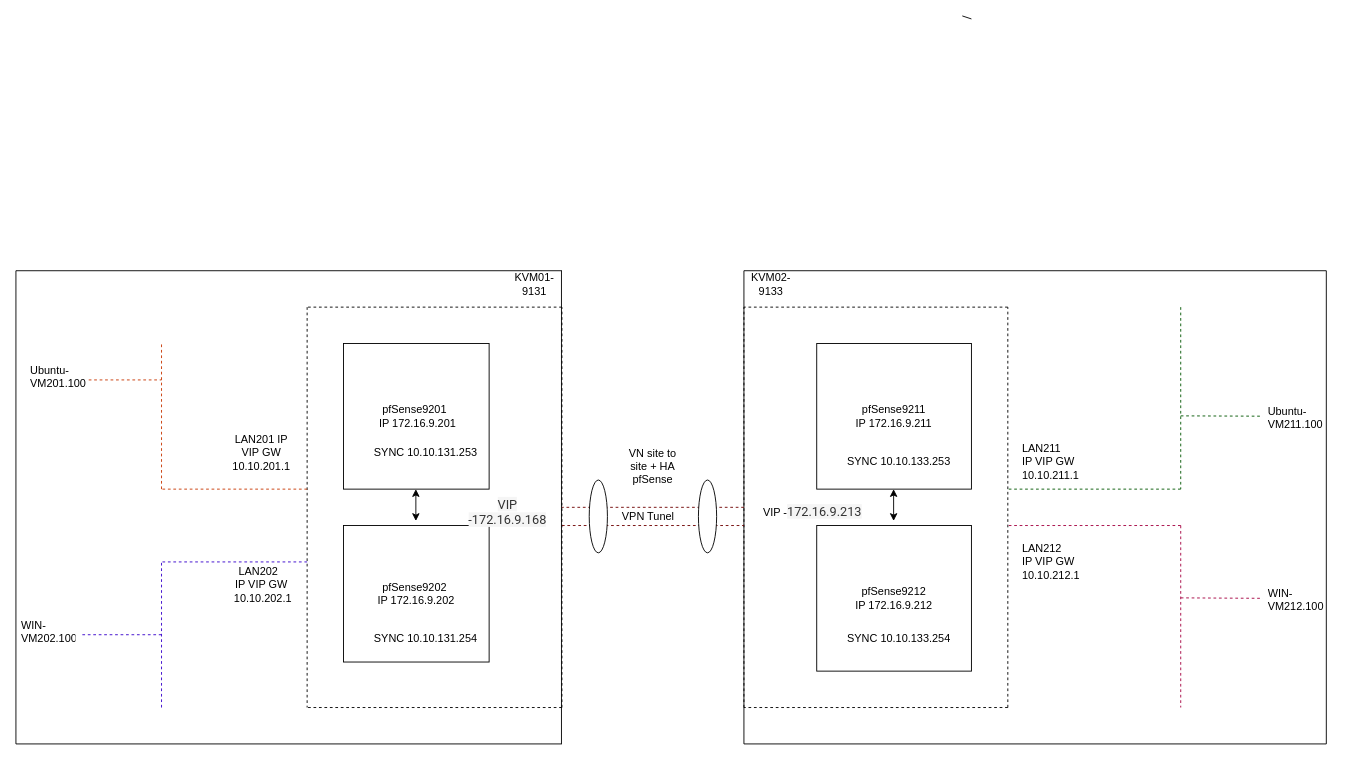
Above: Network-Basic/Firewall-pfSense/19_HA_pfSense_IPSEC.drawio in tudv1989/THUCTAPNHANHOA2025-HATANG (draw.io), before the change. Source tidied: cells renumbered, new cells numbered last; positions are measured from the earlier drawing's top-left corner, leaving out a move shared by most shapes. Both pictures are drawn from the tidied source at 91%, with x=0, y=0 at pixel (15, 15).
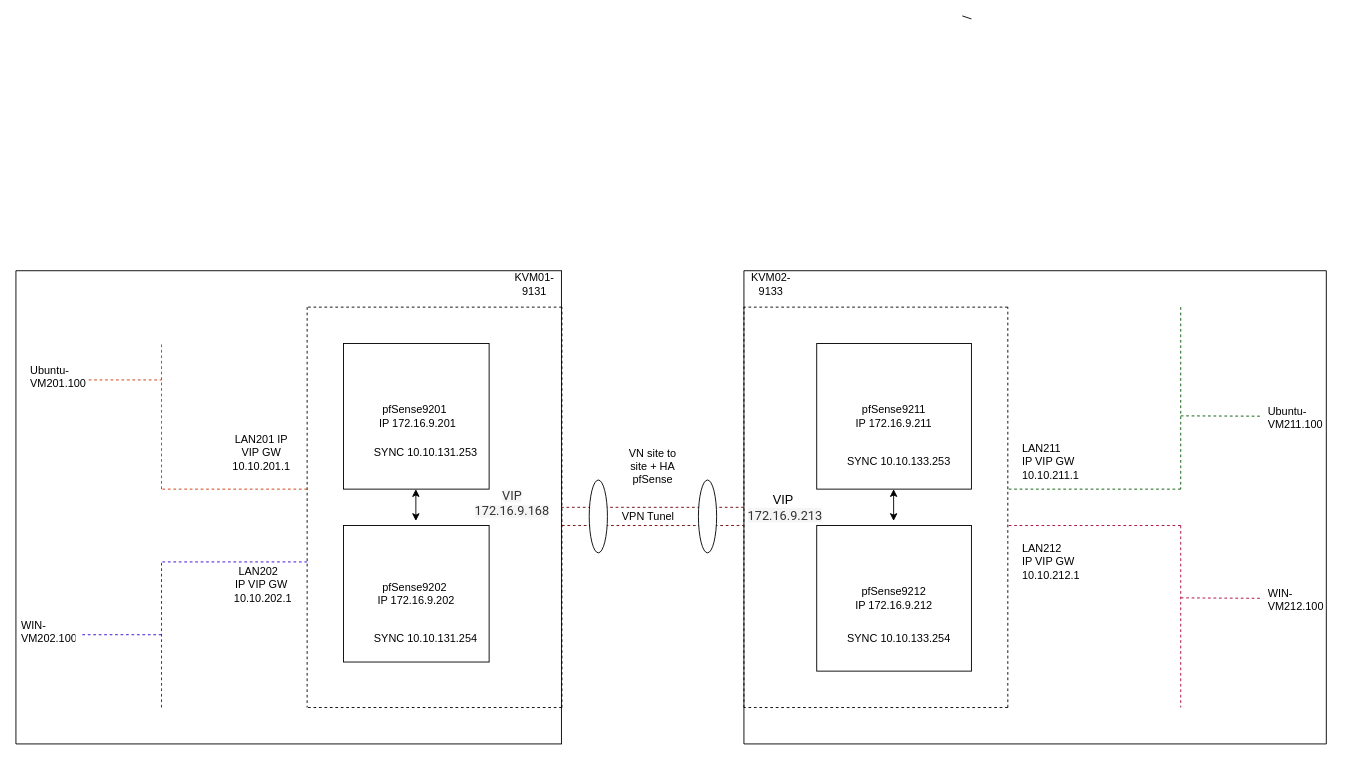
The same page after the edit.

Change to the diagram source:
```diff
@@
-    <mxCell id="53" value="VIP -&lt;span style=&quot;color: rgb(51, 51, 51); font-family: Roboto, sans-serif; font-size: 14px; text-align: left; text-wrap-mode: wrap; background-color: rgb(245, 245, 245);&quot;&gt;172.16.9.213&lt;/span&gt;" style="text;html=1;align=center;verticalAlign=middle;strokeColor=none;fillColor=none;" parent="1" vertex="1">
-      <mxGeometry x="810" y="530" width="130" height="30" as="geometry" />
+    <mxCell id="53" value="&lt;font style=&quot;font-size: 14px;&quot;&gt;VIP&amp;nbsp;&lt;/font&gt;&lt;div&gt;&lt;font style=&quot;font-size: 14px;&quot;&gt;&lt;span style=&quot;color: rgb(51, 51, 51); font-family: Roboto, sans-serif; text-align: left; text-wrap-mode: wrap; background-color: rgb(245, 245, 245);&quot;&gt;172.16.9.213&lt;/span&gt;&lt;/font&gt;&lt;/div&gt;" style="text;html=1;align=center;verticalAlign=middle;strokeColor=none;fillColor=none;" parent="1" vertex="1">
+      <mxGeometry x="790" y="515" width="110" height="50" as="geometry" />
     </mxCell>
-    <mxCell id="54" value="&lt;span style=&quot;color: rgb(51, 51, 51); font-family: Roboto, sans-serif; font-size: 14px; text-align: left; text-wrap-mode: wrap; background-color: rgb(245, 245, 245);&quot;&gt;VIP -172.16.9.168&lt;/span&gt;" style="text;html=1;align=center;verticalAlign=middle;strokeColor=none;fillColor=none;" parent="1" vertex="1">
-      <mxGeometry x="470" y="530" width="140" height="30" as="geometry" />
+    <mxCell id="54" value="&lt;span style=&quot;color: rgb(51, 51, 51); font-family: Roboto, sans-serif; text-align: left; text-wrap-mode: wrap; background-color: rgb(245, 245, 245);&quot;&gt;&lt;font style=&quot;font-size: 14px;&quot;&gt;VIP 172.16.9.168&lt;/font&gt;&lt;/span&gt;" style="text;html=1;align=center;verticalAlign=middle;strokeColor=none;fillColor=none;" parent="1" vertex="1">
+      <mxGeometry x="480" y="520" width="130" height="30" as="geometry" />
     </mxCell>
```
